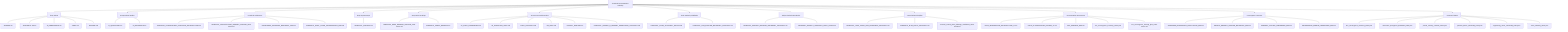
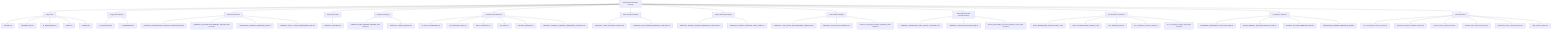
graph TD
    root["ToneSoul Documentation Authority"]
    root --> entrypoints["Entry Points"]
    entrypoints --> entrypoints_1["README.md"]
    entrypoints --> entrypoints_2["README.zh-TW.md"]
    entrypoints --> entrypoints_3["AI_ONBOARDING.md"]
    entrypoints --> entrypoints_4["INDEX.md"]
    entrypoints --> entrypoints_5["README.md"]
    root --> ai_operational_guides["AI Operational Guides"]
    ai_operational_guides --> ai_operational_guides_1["AI_QUICKSTART.md"]
    ai_operational_guides --> ai_operational_guides_2["AI_REFERENCE.md"]
    root --> canonical_architecture["Canonical Architecture"]
    canonical_architecture --> canonical_architecture_1["TONESOUL_EXTERNALIZED_COGNITIVE_ARCHITECTURE.md"]
    canonical_architecture --> canonical_architecture_2["TONESOUL_ARCHITECTURE_MEMORY_ANCHOR_2026-03-22.md"]
    canonical_architecture --> canonical_architecture_3["KNOWLEDGE_SURFACES_BOUNDARY_MAP.md"]
    canonical_architecture --> canonical_architecture_4["TONESOUL_EIGHT_LAYER_CONVERGENCE_MAP.md"]
    root --> deep_system_maps["Deep System Maps"]
    deep_system_maps --> deep_system_maps_1["TONESOUL_ANATOMY.md"]
    root --> interpretive_readings["Interpretive Readings"]
    interpretive_readings --> interpretive_readings_1["TONESOUL_DEEP_READING_ANCHOR_2026-03-26.md"]
    interpretive_readings --> interpretive_readings_2["TONESOUL_CODEX_READING.md"]
    root --> governance_execution["Governance And Execution"]
    governance_execution --> governance_execution_1["7D_AUDIT_FRAMEWORK.md"]
    governance_execution --> governance_execution_2["7D_EXECUTION_SPEC.md"]
    governance_execution --> governance_execution_3["AUDIT_CONTRACT.md"]
    governance_execution --> governance_execution_4["API_SPEC.md"]
    governance_execution --> governance_execution_5["COUNCIL_RUNTIME.md"]
    governance_execution --> governance_execution_6["TONESOUL_SHARED_R_MEMORY_OPERATIONS_CONTRACT.md"]
    root --> claim_authority_distillation["Claim Authority Distillation"]
    claim_authority_distillation --> claim_authority_distillation_1["TONESOUL_CLAIM_AUTHORITY_MATRIX.md"]
    claim_authority_distillation --> claim_authority_distillation_2["TONESOUL_LAW_RUNTIME_BOUNDARY_CONTRACT.md"]
    root --> subject_refresh_boundaries["Subject Refresh Boundaries"]
    subject_refresh_boundaries --> subject_refresh_boundaries_1["TONESOUL_SUBJECT_REFRESH_BOUNDARY_CONTRACT.md"]
    subject_refresh_boundaries --> subject_refresh_boundaries_2["TONESOUL_SUBJECT_SNAPSHOT_FIELD_LANES.md"]
    root --> control_plane_discipline["Control Plane Discipline"]
    control_plane_discipline --> control_plane_discipline_1["TONESOUL_TASK_TRACK_AND_READINESS_CONTRACT.md"]
    control_plane_discipline --> control_plane_discipline_2["TONESOUL_PLAN_DELTA_CONTRACT.md"]
    control_plane_discipline --> control_plane_discipline_3["tonesoul_control_plane_followup_candidates_2026-03-28.md"]
+     root --> observable_shell_and_axiom_boundaries["Observable-Shell And Axiom Boundaries"]
+     observable_shell_and_axiom_boundaries --> observable_shell_and_axiom_boundaries_1["TONESOUL_OBSERVABLE_SHELL_OPACITY_CONTRACT.md"]
+     observable_shell_and_axiom_boundaries --> observable_shell_and_axiom_boundaries_2["TONESOUL_AXIOM_FALSIFICATION_MAP.md"]
+     observable_shell_and_axiom_boundaries --> observable_shell_and_axiom_boundaries_3["tonesoul_observability_and_axiom_adoption_review_2026-03-28.md"]
    root --> doc_governance["Documentation Governance"]
    doc_governance --> doc_governance_1["DOCS_INFORMATION_ARCHITECTURE_v1.md"]
    doc_governance --> doc_governance_2["DOCS_CLASSIFICATION_LEDGER_v1.md"]
    doc_governance --> doc_governance_3["FILE_PURPOSE_MAP.md"]
    doc_governance --> doc_governance_4["doc_convergence_inventory_latest.json"]
    doc_governance --> doc_governance_5["doc_convergence_cleanup_plan_2026-03-22.md"]
    root --> convergence_contracts["Convergence Contracts"]
    convergence_contracts --> convergence_contracts_1["BASENAME_DIVERGENCE_DISTILLATION_MAP.md"]
    convergence_contracts --> convergence_contracts_2["PRIVATE_MEMORY_SHADOW_BOUNDARY_MAP.md"]
    convergence_contracts --> convergence_contracts_3["PARADOX_FIXTURE_OWNERSHIP_MAP.md"]
    convergence_contracts --> convergence_contracts_4["ENGINEERING_MIRROR_OWNERSHIP_MAP.md"]
    root --> generated_status["Generated Status"]
    generated_status --> generated_status_1["doc_convergence_inventory_latest.json"]
    generated_status --> generated_status_2["basename_divergence_distillation_latest.json"]
    generated_status --> generated_status_3["private_memory_shadow_latest.json"]
    generated_status --> generated_status_4["paradox_fixture_ownership_latest.json"]
    generated_status --> generated_status_5["engineering_mirror_ownership_latest.json"]
    generated_status --> generated_status_6["claim_authority_latest.json"]
